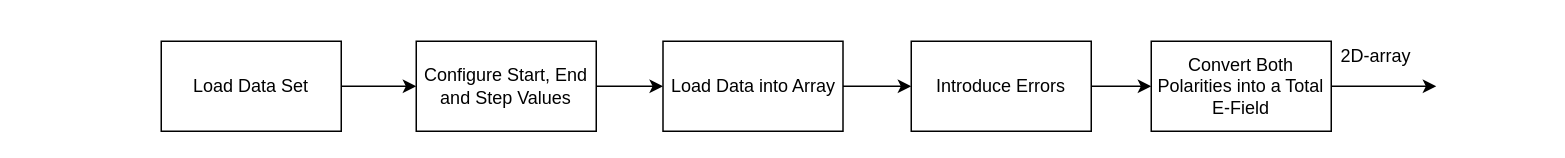
Before: Figures/systemDesign/PreProcessing.drawio in Mikkelnn/ESD5-Project, a draw.io diagram. Source tidied: cells renumbered, new cells numbered last; positions are measured from the earlier drawing's top-left corner, leaving out a move shared by most shapes. Both pictures are drawn from the tidied source at 150%, with x=0, y=0 at pixel (160, 33).
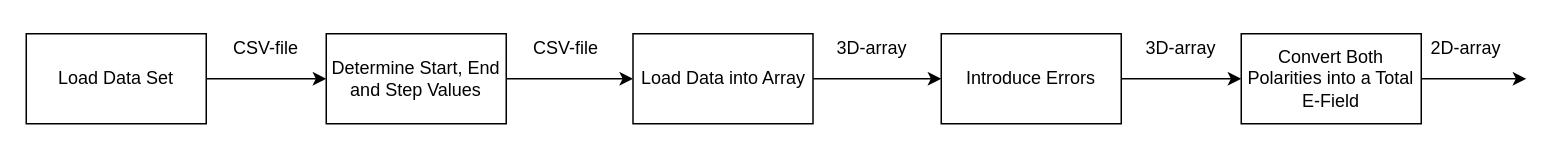
After the change.

The edit, as a diff of the source:
```diff
@@
 <mxGraphModel>
   <root>
     <mxCell id="0" />
     <mxCell id="1" parent="0" />
     <mxCell id="2" style="edgeStyle=orthogonalEdgeStyle;rounded=0;jettySize=auto;html=1;" parent="1" edge="1" source="3" target="5">
       <mxGeometry relative="1" as="geometry" />
     </mxCell>
     <mxCell id="3" value="Load Data Set" style="rounded=0;whiteSpace=wrap;html=1;" parent="1" vertex="1">
-      <mxGeometry y="5" width="120" height="60" as="geometry" />
+      <mxGeometry x="-90" width="120" height="60" as="geometry" />
     </mxCell>
     <mxCell id="4" style="edgeStyle=orthogonalEdgeStyle;rounded=0;jettySize=auto;html=1;" parent="1" edge="1" source="5" target="7">
       <mxGeometry relative="1" as="geometry" />
     </mxCell>
-    <mxCell id="5" value="Configure Start, End and Step Values" style="rounded=0;whiteSpace=wrap;html=1;" parent="1" vertex="1">
-      <mxGeometry x="170" y="5" width="120" height="60" as="geometry" />
+    <mxCell id="5" value="Determine Start, End and Step Values" style="rounded=0;whiteSpace=wrap;html=1;" parent="1" vertex="1">
+      <mxGeometry x="110" width="120" height="60" as="geometry" />
     </mxCell>
     <mxCell id="6" style="edgeStyle=orthogonalEdgeStyle;rounded=0;jettySize=auto;html=1;exitX=1;exitY=0.5;exitDx=0;exitDy=0;entryX=0;entryY=0.5;entryDx=0;entryDy=0;" parent="1" edge="1" source="7" target="12">
       <mxGeometry relative="1" as="geometry" />
     </mxCell>
     <mxCell id="7" value="Load Data into Array" style="rounded=0;whiteSpace=wrap;html=1;" parent="1" vertex="1">
-      <mxGeometry x="334.5" y="5" width="120" height="60" as="geometry" />
+      <mxGeometry x="314.5" width="120" height="60" as="geometry" />
     </mxCell>
     <mxCell id="8" style="edgeStyle=orthogonalEdgeStyle;rounded=0;jettySize=auto;html=1;exitX=1;exitY=0.5;exitDx=0;exitDy=0;" parent="1" edge="1" source="9">
       <mxGeometry relative="1" as="geometry">
-        <mxPoint x="850" y="35" as="targetPoint" />
+        <mxPoint x="910" y="30" as="targetPoint" />
       </mxGeometry>
     </mxCell>
     <mxCell id="9" value="Convert Both Polarities into a Total E-Field" style="rounded=0;whiteSpace=wrap;html=1;" parent="1" vertex="1">
-      <mxGeometry x="660" y="5" width="120" height="60" as="geometry" />
+      <mxGeometry x="720" width="120" height="60" as="geometry" />
     </mxCell>
     <mxCell id="10" value="2D-array" style="text;html=1;align=center;verticalAlign=middle;whiteSpace=wrap;rounded=0;" parent="1" vertex="1">
-      <mxGeometry x="780" width="60" height="30" as="geometry" />
+      <mxGeometry x="840" y="-5" width="60" height="30" as="geometry" />
     </mxCell>
     <mxCell id="11" style="edgeStyle=orthogonalEdgeStyle;rounded=0;jettySize=auto;html=1;" parent="1" edge="1" source="12" target="9">
       <mxGeometry relative="1" as="geometry" />
     </mxCell>
     <mxCell id="12" value="Introduce Errors" style="rounded=0;whiteSpace=wrap;html=1;" parent="1" vertex="1">
-      <mxGeometry x="500" y="5" width="120" height="60" as="geometry" />
+      <mxGeometry x="520" width="120" height="60" as="geometry" />
     </mxCell>
+    <mxCell id="13" value="CSV-file" style="text;html=1;align=center;verticalAlign=middle;whiteSpace=wrap;rounded=0;" parent="1" vertex="1">
+      <mxGeometry x="40" y="-5" width="60" height="30" as="geometry" />
+    </mxCell>
+    <mxCell id="14" value="CSV-file" style="text;html=1;align=center;verticalAlign=middle;whiteSpace=wrap;rounded=0;" parent="1" vertex="1">
+      <mxGeometry x="240" y="-5" width="60" height="30" as="geometry" />
+    </mxCell>
+    <mxCell id="15" value="3D-array" style="text;html=1;align=center;verticalAlign=middle;whiteSpace=wrap;rounded=0;" parent="1" vertex="1">
+      <mxGeometry x="444" y="-5" width="60" height="30" as="geometry" />
+    </mxCell>
+    <mxCell id="16" value="3D-array" style="text;html=1;align=center;verticalAlign=middle;whiteSpace=wrap;rounded=0;" parent="1" vertex="1">
+      <mxGeometry x="650" y="-5" width="60" height="30" as="geometry" />
+    </mxCell>
   </root>
 </mxGraphModel>
```
